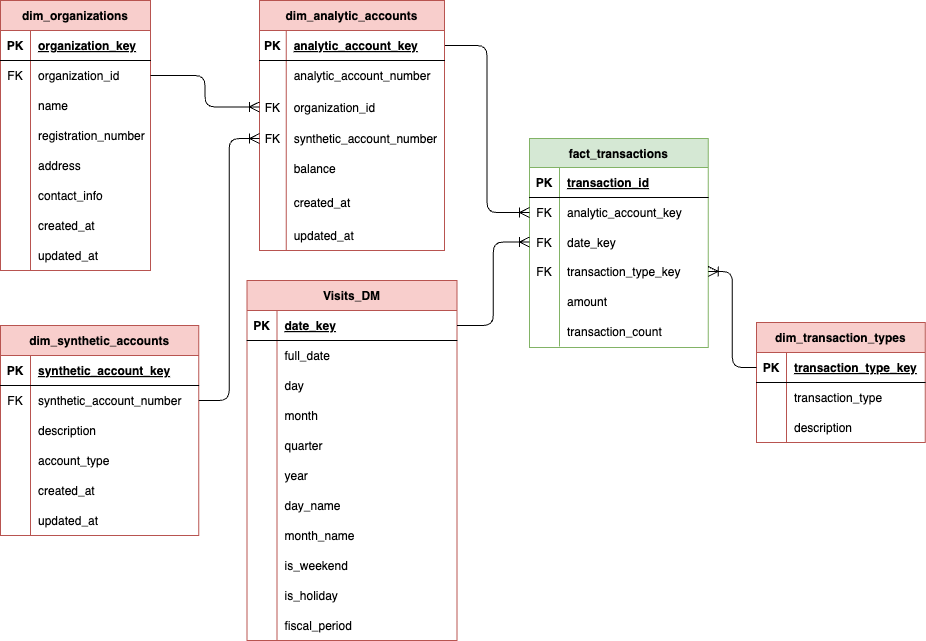
AIZharau/t1-dwh-dev-openschool keeps this draw.io diagram as Practice_5_GP_database_query/image/ER-model-star-t1-project.drawio.png. Above is the earlier version. Source tidied: cells renumbered, new cells last; positions are measured from the earlier drawing's top-left corner, leaving out a move shared by most shapes.
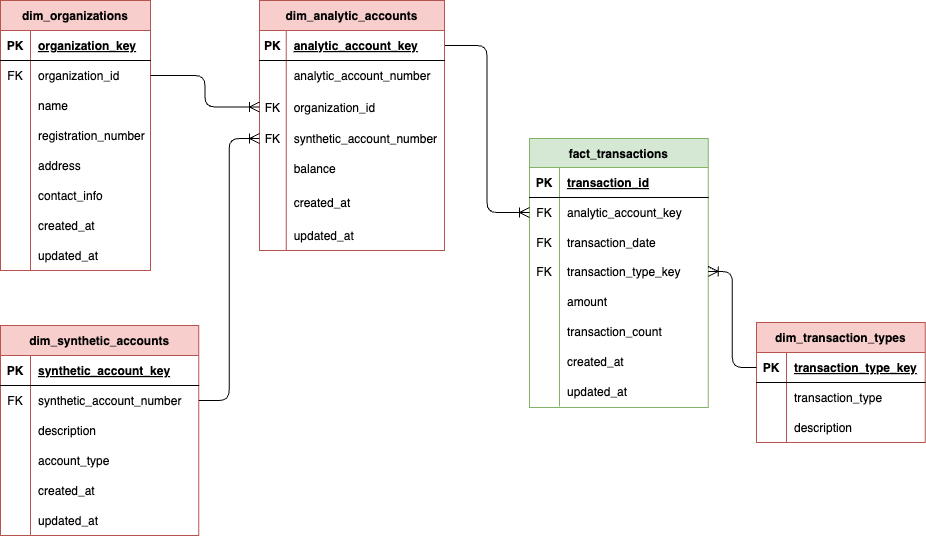
After the commit.

Change to the diagram source:
```diff
@@ -3,7 +3,7 @@
     <mxCell id="0" />
     <mxCell id="1" parent="0" />
     <mxCell id="2" value="fact_transactions" style="shape=table;startSize=29;rowLines=0;fontStyle=1;align=center;fillColor=#d5e8d4;strokeColor=#82b366;" parent="1" vertex="1">
-      <mxGeometry x="529" y="138" width="178.7" height="209" as="geometry" />
+      <mxGeometry x="529" y="138" width="178.7" height="269" as="geometry" />
     </mxCell>
     <mxCell id="3" style="shape=partialRectangle;fillColor=none;top=0;left=0;right=0;bottom=1;" parent="2" vertex="1">
       <mxGeometry y="29" width="178.7" height="30" as="geometry" />
@@ -29,7 +29,7 @@
     <mxCell id="10" value="FK" style="shape=partialRectangle;overflow=hidden;fillColor=none;top=0;left=0;bottom=0;right=0;" parent="9" vertex="1">
       <mxGeometry width="30" height="29" as="geometry" />
     </mxCell>
-    <mxCell id="11" value="date_key" style="shape=partialRectangle;overflow=hidden;fillColor=none;top=0;left=0;bottom=0;right=0;align=left;spacingLeft=6;" parent="9" vertex="1">
+    <mxCell id="11" value="transaction_date" style="shape=partialRectangle;overflow=hidden;fillColor=none;top=0;left=0;bottom=0;right=0;align=left;spacingLeft=6;" parent="9" vertex="1">
       <mxGeometry x="30" width="148.7" height="29" as="geometry" />
     </mxCell>
     <mxCell id="12" style="shape=partialRectangle;fillColor=none;points=[[0,0.5],[1,0.5]];portConstraint=eastwest;top=0;left=0;right=0;bottom=0;" parent="2" vertex="1">
@@ -50,13 +50,31 @@
     <mxCell id="17" value="amount" style="shape=partialRectangle;overflow=hidden;fillColor=none;top=0;left=0;bottom=0;right=0;align=left;spacingLeft=6;" parent="15" vertex="1">
       <mxGeometry x="30" width="148.7" height="30" as="geometry" />
     </mxCell>
+    <mxCell id="142" style="shape=partialRectangle;fillColor=none;top=0;left=0;right=0;bottom=0;" parent="2" vertex="1">
+      <mxGeometry y="178" width="178.7" height="30" as="geometry" />
+    </mxCell>
+    <mxCell id="143" style="shape=partialRectangle;overflow=hidden;fillColor=none;top=0;left=0;bottom=0;right=0;" parent="142" vertex="1">
+      <mxGeometry width="30" height="30" as="geometry" />
+    </mxCell>
+    <mxCell id="144" value="transaction_count" style="shape=partialRectangle;overflow=hidden;fillColor=none;top=0;left=0;bottom=0;right=0;align=left;spacingLeft=6;" parent="142" vertex="1">
+      <mxGeometry x="30" width="148.7" height="30" as="geometry" />
+    </mxCell>
+    <mxCell id="145" style="shape=partialRectangle;fillColor=none;top=0;left=0;right=0;bottom=0;" parent="2" vertex="1">
+      <mxGeometry y="208" width="178.7" height="30" as="geometry" />
+    </mxCell>
+    <mxCell id="146" style="shape=partialRectangle;overflow=hidden;fillColor=none;top=0;left=0;bottom=0;right=0;" parent="145" vertex="1">
+      <mxGeometry width="30" height="30" as="geometry" />
+    </mxCell>
+    <mxCell id="147" value="created_at" style="shape=partialRectangle;overflow=hidden;fillColor=none;top=0;left=0;bottom=0;right=0;align=left;spacingLeft=6;" parent="145" vertex="1">
+      <mxGeometry x="30" width="148.7" height="30" as="geometry" />
+    </mxCell>
     <mxCell id="18" style="shape=partialRectangle;fillColor=none;top=0;left=0;right=0;bottom=0;" parent="2" vertex="1">
-      <mxGeometry y="178" width="178.7" height="30" as="geometry" />
+      <mxGeometry y="238" width="178.7" height="30" as="geometry" />
     </mxCell>
     <mxCell id="19" style="shape=partialRectangle;overflow=hidden;fillColor=none;top=0;left=0;bottom=0;right=0;" parent="18" vertex="1">
       <mxGeometry width="30" height="30" as="geometry" />
     </mxCell>
-    <mxCell id="20" value="transaction_count" style="shape=partialRectangle;overflow=hidden;fillColor=none;top=0;left=0;bottom=0;right=0;align=left;spacingLeft=6;" parent="18" vertex="1">
+    <mxCell id="20" value="updated_at" style="shape=partialRectangle;overflow=hidden;fillColor=none;top=0;left=0;bottom=0;right=0;align=left;spacingLeft=6;" parent="18" vertex="1">
       <mxGeometry x="30" width="148.7" height="30" as="geometry" />
     </mxCell>
     <mxCell id="21" style="edgeStyle=none;curved=1;rounded=0;orthogonalLoop=1;jettySize=auto;html=1;exitX=1;exitY=0.5;exitDx=0;exitDy=0;fontSize=12;startSize=8;endSize=8;" parent="2" edge="1">
@@ -317,113 +335,5 @@
     <mxCell id="105" style="fontSize=12;html=1;endArrow=none;rounded=1;startSize=8;endSize=8;entryX=1;entryY=0.5;entryDx=0;entryDy=0;edgeStyle=orthogonalEdgeStyle;startArrow=ERoneToMany;startFill=0;exitX=0;exitY=0.5;exitDx=0;exitDy=0;" parent="1" edge="1" source="91" target="65">
       <mxGeometry relative="1" as="geometry" />
     </mxCell>
-    <mxCell id="106" value="Visits_DM" style="shape=table;startSize=30;rowLines=0;fontStyle=1;align=center;fillColor=#f8cecc;strokeColor=#b85450;" parent="1" vertex="1">
-      <mxGeometry x="246.5" y="280" width="210" height="360" as="geometry" />
-    </mxCell>
-    <mxCell id="107" style="shape=partialRectangle;fillColor=none;points=[[0,0.5],[1,0.5]];portConstraint=eastwest;top=0;left=0;right=0;bottom=1;" parent="106" vertex="1">
-      <mxGeometry y="30" width="210" height="30" as="geometry" />
-    </mxCell>
-    <mxCell id="108" value="PK" style="shape=partialRectangle;overflow=hidden;fillColor=none;top=0;left=0;bottom=0;right=0;fontStyle=1;" parent="107" vertex="1">
-      <mxGeometry width="30" height="30" as="geometry" />
-    </mxCell>
-    <mxCell id="109" value="date_key" style="shape=partialRectangle;overflow=hidden;fillColor=none;top=0;left=0;bottom=0;right=0;align=left;spacingLeft=6;fontStyle=5;" parent="107" vertex="1">
-      <mxGeometry x="30" width="180" height="30" as="geometry" />
-    </mxCell>
-    <mxCell id="110" style="shape=partialRectangle;fillColor=none;top=0;left=0;right=0;bottom=0;" parent="106" vertex="1">
-      <mxGeometry y="60" width="210" height="30" as="geometry" />
-    </mxCell>
-    <mxCell id="111" style="shape=partialRectangle;overflow=hidden;fillColor=none;top=0;left=0;bottom=0;right=0;" parent="110" vertex="1">
-      <mxGeometry width="30" height="30" as="geometry" />
-    </mxCell>
-    <mxCell id="112" value="full_date" style="shape=partialRectangle;overflow=hidden;fillColor=none;top=0;left=0;bottom=0;right=0;align=left;spacingLeft=6;" parent="110" vertex="1">
-      <mxGeometry x="30" width="180" height="30" as="geometry" />
-    </mxCell>
-    <mxCell id="113" style="shape=partialRectangle;fillColor=none;top=0;left=0;right=0;bottom=0;" parent="106" vertex="1">
-      <mxGeometry y="90" width="210" height="30" as="geometry" />
-    </mxCell>
-    <mxCell id="114" style="shape=partialRectangle;overflow=hidden;fillColor=none;top=0;left=0;bottom=0;right=0;" parent="113" vertex="1">
-      <mxGeometry width="30" height="30" as="geometry" />
-    </mxCell>
-    <mxCell id="115" value="day" style="shape=partialRectangle;overflow=hidden;fillColor=none;top=0;left=0;bottom=0;right=0;align=left;spacingLeft=6;" parent="113" vertex="1">
-      <mxGeometry x="30" width="180" height="30" as="geometry" />
-    </mxCell>
-    <mxCell id="116" style="shape=partialRectangle;fillColor=none;top=0;left=0;right=0;bottom=0;" parent="106" vertex="1">
-      <mxGeometry y="120" width="210" height="30" as="geometry" />
-    </mxCell>
-    <mxCell id="117" style="shape=partialRectangle;overflow=hidden;fillColor=none;top=0;left=0;bottom=0;right=0;" parent="116" vertex="1">
-      <mxGeometry width="30" height="30" as="geometry" />
-    </mxCell>
-    <mxCell id="118" value="month" style="shape=partialRectangle;overflow=hidden;fillColor=none;top=0;left=0;bottom=0;right=0;align=left;spacingLeft=6;" parent="116" vertex="1">
-      <mxGeometry x="30" width="180" height="30" as="geometry" />
-    </mxCell>
-    <mxCell id="119" style="shape=partialRectangle;fillColor=none;top=0;left=0;right=0;bottom=0;" parent="106" vertex="1">
-      <mxGeometry y="150" width="210" height="30" as="geometry" />
-    </mxCell>
-    <mxCell id="120" style="shape=partialRectangle;overflow=hidden;fillColor=none;top=0;left=0;bottom=0;right=0;" parent="119" vertex="1">
-      <mxGeometry width="30" height="30" as="geometry" />
-    </mxCell>
-    <mxCell id="121" value="quarter" style="shape=partialRectangle;overflow=hidden;fillColor=none;top=0;left=0;bottom=0;right=0;align=left;spacingLeft=6;" parent="119" vertex="1">
-      <mxGeometry x="30" width="180" height="30" as="geometry" />
-    </mxCell>
-    <mxCell id="122" style="shape=partialRectangle;fillColor=none;top=0;left=0;right=0;bottom=0;" parent="106" vertex="1">
-      <mxGeometry y="180" width="210" height="30" as="geometry" />
-    </mxCell>
-    <mxCell id="123" style="shape=partialRectangle;overflow=hidden;fillColor=none;top=0;left=0;bottom=0;right=0;" parent="122" vertex="1">
-      <mxGeometry width="30" height="30" as="geometry" />
-    </mxCell>
-    <mxCell id="124" value="year" style="shape=partialRectangle;overflow=hidden;fillColor=none;top=0;left=0;bottom=0;right=0;align=left;spacingLeft=6;" parent="122" vertex="1">
-      <mxGeometry x="30" width="180" height="30" as="geometry" />
-    </mxCell>
-    <mxCell id="125" style="shape=partialRectangle;fillColor=none;points=[[0,0.5],[1,0.5]];portConstraint=eastwest;top=0;left=0;right=0;bottom=0;" parent="106" vertex="1">
-      <mxGeometry y="210" width="210" height="30" as="geometry" />
-    </mxCell>
-    <mxCell id="126" style="shape=partialRectangle;overflow=hidden;fillColor=none;top=0;left=0;bottom=0;right=0;" parent="125" vertex="1">
-      <mxGeometry width="30" height="30" as="geometry" />
-    </mxCell>
-    <mxCell id="127" value="day_name" style="shape=partialRectangle;overflow=hidden;fillColor=none;top=0;left=0;bottom=0;right=0;align=left;spacingLeft=6;" parent="125" vertex="1">
-      <mxGeometry x="30" width="180" height="30" as="geometry" />
-    </mxCell>
-    <mxCell id="128" style="shape=partialRectangle;fillColor=none;top=0;left=0;right=0;bottom=0;" parent="106" vertex="1">
-      <mxGeometry y="240" width="210" height="30" as="geometry" />
-    </mxCell>
-    <mxCell id="129" style="shape=partialRectangle;overflow=hidden;fillColor=none;top=0;left=0;bottom=0;right=0;" parent="128" vertex="1">
-      <mxGeometry width="30" height="30" as="geometry" />
-    </mxCell>
-    <mxCell id="130" value="month_name" style="shape=partialRectangle;overflow=hidden;fillColor=none;top=0;left=0;bottom=0;right=0;align=left;spacingLeft=6;" parent="128" vertex="1">
-      <mxGeometry x="30" width="180" height="30" as="geometry" />
-    </mxCell>
-    <mxCell id="131" style="shape=partialRectangle;fillColor=none;top=0;left=0;right=0;bottom=0;" parent="106" vertex="1">
-      <mxGeometry y="270" width="210" height="30" as="geometry" />
-    </mxCell>
-    <mxCell id="132" style="shape=partialRectangle;overflow=hidden;fillColor=none;top=0;left=0;bottom=0;right=0;" parent="131" vertex="1">
-      <mxGeometry width="30" height="30" as="geometry" />
-    </mxCell>
-    <mxCell id="133" value="is_weekend" style="shape=partialRectangle;overflow=hidden;fillColor=none;top=0;left=0;bottom=0;right=0;align=left;spacingLeft=6;" parent="131" vertex="1">
-      <mxGeometry x="30" width="180" height="30" as="geometry" />
-    </mxCell>
-    <mxCell id="134" style="shape=partialRectangle;fillColor=none;top=0;left=0;right=0;bottom=0;" parent="106" vertex="1">
-      <mxGeometry y="300" width="210" height="30" as="geometry" />
-    </mxCell>
-    <mxCell id="135" style="shape=partialRectangle;overflow=hidden;fillColor=none;top=0;left=0;bottom=0;right=0;" parent="134" vertex="1">
-      <mxGeometry width="30" height="30" as="geometry" />
-    </mxCell>
-    <mxCell id="136" value="is_holiday" style="shape=partialRectangle;overflow=hidden;fillColor=none;top=0;left=0;bottom=0;right=0;align=left;spacingLeft=6;" parent="134" vertex="1">
-      <mxGeometry x="30" width="180" height="30" as="geometry" />
-    </mxCell>
-    <mxCell id="137" style="shape=partialRectangle;fillColor=none;top=0;left=0;right=0;bottom=0;" parent="106" vertex="1">
-      <mxGeometry y="330" width="210" height="30" as="geometry" />
-    </mxCell>
-    <mxCell id="138" style="shape=partialRectangle;overflow=hidden;fillColor=none;top=0;left=0;bottom=0;right=0;" parent="137" vertex="1">
-      <mxGeometry width="30" height="30" as="geometry" />
-    </mxCell>
-    <mxCell id="139" value="fiscal_period" style="shape=partialRectangle;overflow=hidden;fillColor=none;top=0;left=0;bottom=0;right=0;align=left;spacingLeft=6;" parent="137" vertex="1">
-      <mxGeometry x="30" width="180" height="30" as="geometry" />
-    </mxCell>
-    <mxCell id="140" style="edgeStyle=none;curved=1;rounded=0;orthogonalLoop=1;jettySize=auto;html=1;exitX=1;exitY=0.5;exitDx=0;exitDy=0;fontSize=12;startSize=8;endSize=8;" parent="106" edge="1" source="125" target="125">
-      <mxGeometry relative="1" as="geometry" />
-    </mxCell>
-    <mxCell id="141" style="edgeStyle=orthogonalEdgeStyle;fontSize=12;html=1;endArrow=none;rounded=1;startSize=8;endSize=8;exitX=0;exitY=0.5;exitDx=0;exitDy=0;entryX=1;entryY=0.5;entryDx=0;entryDy=0;startArrow=ERoneToMany;startFill=0;endFill=0;" parent="1" edge="1" source="9" target="107">
-      <mxGeometry relative="1" as="geometry" />
-    </mxCell>
   </root>
 </mxGraphModel>
```
